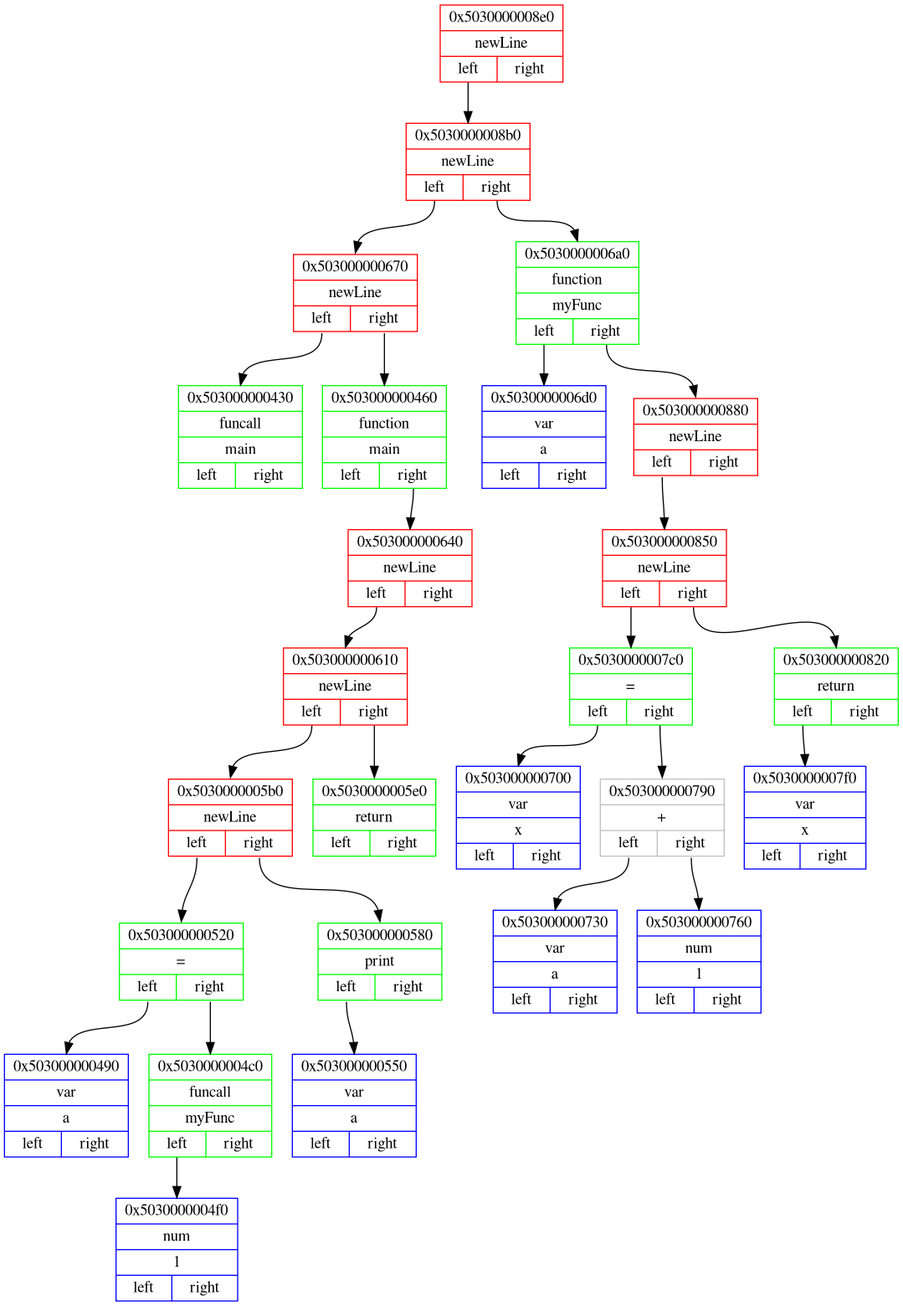
The Graphviz diagram png_files/frontenedDotFile.dot.png in Matvey787/myProgLanguage, before a commit. Its source is kept beside it as dot_files/frontenedDotFile.dot.
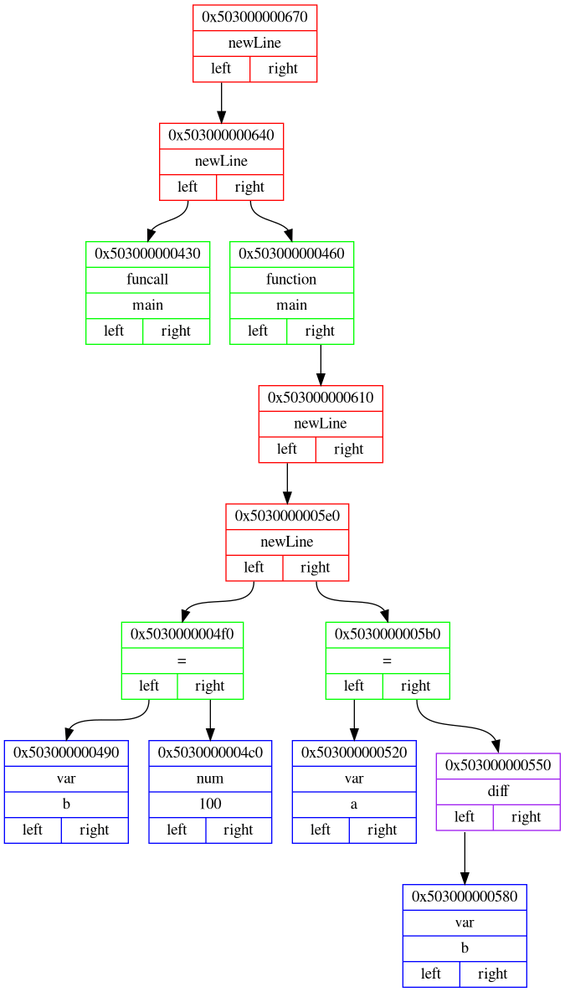
Later version of the same file.

The edit, as a diff of the source:
```diff
@@ -2,55 +2,29 @@
 {
 rankdir=HR;
 
-node0x5030000008e0 [ shape=record, color = red rank = 1, label= "{ 0x5030000008e0 | newLine |         {<n0x5030000008e0_l> left | <n0x5030000008e0_r> right}} " ];
-node0x5030000008b0 [ shape=record, color = red rank = 2, label= "{ 0x5030000008b0 | newLine |         {<n0x5030000008b0_l> left | <n0x5030000008b0_r> right}} " ];
-node0x503000000670 [ shape=record, color = red rank = 3, label= "{ 0x503000000670 | newLine |         {<n0x503000000670_l> left | <n0x503000000670_r> right}} " ];
-node0x503000000430 [ shape=record, color = green rank = 4, label= "{ 0x503000000430 | funcall | main |         {<n0x503000000430_l> left | <n0x503000000430_r> right}} " ];
-node0x503000000670:<n0x503000000670_l>:s -> node0x503000000430:n [ color = black; ]
-node0x503000000460 [ shape=record, color = green rank = 5, label= "{ 0x503000000460 | function | main |         {<n0x503000000460_l> left | <n0x503000000460_r> right}} " ];
-node0x503000000640 [ shape=record, color = red rank = 6, label= "{ 0x503000000640 | newLine |         {<n0x503000000640_l> left | <n0x503000000640_r> right}} " ];
-node0x503000000610 [ shape=record, color = red rank = 7, label= "{ 0x503000000610 | newLine |         {<n0x503000000610_l> left | <n0x503000000610_r> right}} " ];
-node0x5030000005b0 [ shape=record, color = red rank = 8, label= "{ 0x5030000005b0 | newLine |         {<n0x5030000005b0_l> left | <n0x5030000005b0_r> right}} " ];
-node0x503000000520 [ shape=record, color = green rank = 9, label= "{ 0x503000000520 | = |         {<n0x503000000520_l> left | <n0x503000000520_r> right}} " ];
-node0x503000000490 [ shape=record, color = blue rank = 10, label= "{ 0x503000000490 | var | a |         {<n0x503000000490_l> left | <n0x503000000490_r> right}} " ];
-node0x503000000520:<n0x503000000520_l>:s -> node0x503000000490:n [ color = black; ]
-node0x5030000004c0 [ shape=record, color = green rank = 11, label= "{ 0x5030000004c0 | funcall | myFunc |         {<n0x5030000004c0_l> left | <n0x5030000004c0_r> right}} " ];
-node0x5030000004f0 [ shape=record, color = blue rank = 12, label= "{ 0x5030000004f0 | num | 1 |         {<n0x5030000004f0_l> left | <n0x5030000004f0_r> right}} " ];
-node0x5030000004c0:<n0x5030000004c0_l>:s -> node0x5030000004f0:n [ color = black; ]
-node0x503000000520:<n0x503000000520_r>:s -> node0x5030000004c0:n [ color = black; ]
+node0x503000000670 [ shape=record, color = red rank = 1, label= "{ 0x503000000670 | newLine |         {<n0x503000000670_l> left | <n0x503000000670_r> right}} " ];
+node0x503000000640 [ shape=record, color = red rank = 2, label= "{ 0x503000000640 | newLine |         {<n0x503000000640_l> left | <n0x503000000640_r> right}} " ];
+node0x503000000430 [ shape=record, color = green rank = 3, label= "{ 0x503000000430 | funcall | main |         {<n0x503000000430_l> left | <n0x503000000430_r> right}} " ];
+node0x503000000640:<n0x503000000640_l>:s -> node0x503000000430:n [ color = black; ]
+node0x503000000460 [ shape=record, color = green rank = 4, label= "{ 0x503000000460 | function | main |         {<n0x503000000460_l> left | <n0x503000000460_r> right}} " ];
+node0x503000000610 [ shape=record, color = red rank = 5, label= "{ 0x503000000610 | newLine |         {<n0x503000000610_l> left | <n0x503000000610_r> right}} " ];
+node0x5030000005e0 [ shape=record, color = red rank = 6, label= "{ 0x5030000005e0 | newLine |         {<n0x5030000005e0_l> left | <n0x5030000005e0_r> right}} " ];
+node0x5030000004f0 [ shape=record, color = green rank = 7, label= "{ 0x5030000004f0 | = |         {<n0x5030000004f0_l> left | <n0x5030000004f0_r> right}} " ];
+node0x503000000490 [ shape=record, color = blue rank = 8, label= "{ 0x503000000490 | var | b |         {<n0x503000000490_l> left | <n0x503000000490_r> right}} " ];
+node0x5030000004f0:<n0x5030000004f0_l>:s -> node0x503000000490:n [ color = black; ]
+node0x5030000004c0 [ shape=record, color = blue rank = 9, label= "{ 0x5030000004c0 | num | 100 |         {<n0x5030000004c0_l> left | <n0x5030000004c0_r> right}} " ];
+node0x5030000004f0:<n0x5030000004f0_r>:s -> node0x5030000004c0:n [ color = black; ]
+node0x5030000005e0:<n0x5030000005e0_l>:s -> node0x5030000004f0:n [ color = black; ]
+node0x5030000005b0 [ shape=record, color = green rank = 8, label= "{ 0x5030000005b0 | = |         {<n0x5030000005b0_l> left | <n0x5030000005b0_r> right}} " ];
+node0x503000000520 [ shape=record, color = blue rank = 9, label= "{ 0x503000000520 | var | a |         {<n0x503000000520_l> left | <n0x503000000520_r> right}} " ];
 node0x5030000005b0:<n0x5030000005b0_l>:s -> node0x503000000520:n [ color = black; ]
-node0x503000000580 [ shape=record, color = green rank = 10, label= "{ 0x503000000580 | print |         {<n0x503000000580_l> left | <n0x503000000580_r> right}} " ];
-node0x503000000550 [ shape=record, color = blue rank = 11, label= "{ 0x503000000550 | var | a |         {<n0x503000000550_l> left | <n0x503000000550_r> right}} " ];
-node0x503000000580:<n0x503000000580_l>:s -> node0x503000000550:n [ color = black; ]
-node0x5030000005b0:<n0x5030000005b0_r>:s -> node0x503000000580:n [ color = black; ]
-node0x503000000610:<n0x503000000610_l>:s -> node0x5030000005b0:n [ color = black; ]
-node0x5030000005e0 [ shape=record, color = green rank = 9, label= "{ 0x5030000005e0 | return |         {<n0x5030000005e0_l> left | <n0x5030000005e0_r> right}} " ];
-node0x503000000610:<n0x503000000610_r>:s -> node0x5030000005e0:n [ color = black; ]
-node0x503000000640:<n0x503000000640_l>:s -> node0x503000000610:n [ color = black; ]
-node0x503000000460:<n0x503000000460_r>:s -> node0x503000000640:n [ color = black; ]
-node0x503000000670:<n0x503000000670_r>:s -> node0x503000000460:n [ color = black; ]
-node0x5030000008b0:<n0x5030000008b0_l>:s -> node0x503000000670:n [ color = black; ]
-node0x5030000006a0 [ shape=record, color = green rank = 4, label= "{ 0x5030000006a0 | function | myFunc |         {<n0x5030000006a0_l> left | <n0x5030000006a0_r> right}} " ];
-node0x5030000006d0 [ shape=record, color = blue rank = 5, label= "{ 0x5030000006d0 | var | a |         {<n0x5030000006d0_l> left | <n0x5030000006d0_r> right}} " ];
-node0x5030000006a0:<n0x5030000006a0_l>:s -> node0x5030000006d0:n [ color = black; ]
-node0x503000000880 [ shape=record, color = red rank = 6, label= "{ 0x503000000880 | newLine |         {<n0x503000000880_l> left | <n0x503000000880_r> right}} " ];
-node0x503000000850 [ shape=record, color = red rank = 7, label= "{ 0x503000000850 | newLine |         {<n0x503000000850_l> left | <n0x503000000850_r> right}} " ];
-node0x5030000007c0 [ shape=record, color = green rank = 8, label= "{ 0x5030000007c0 | = |         {<n0x5030000007c0_l> left | <n0x5030000007c0_r> right}} " ];
-node0x503000000700 [ shape=record, color = blue rank = 9, label= "{ 0x503000000700 | var | x |         {<n0x503000000700_l> left | <n0x503000000700_r> right}} " ];
-node0x5030000007c0:<n0x5030000007c0_l>:s -> node0x503000000700:n [ color = black; ]
-node0x503000000790 [ shape=record, color = grey rank = 10, label= "{ 0x503000000790 | + |         {<n0x503000000790_l> left | <n0x503000000790_r> right}} " ];
-node0x503000000730 [ shape=record, color = blue rank = 11, label= "{ 0x503000000730 | var | a |         {<n0x503000000730_l> left | <n0x503000000730_r> right}} " ];
-node0x503000000790:<n0x503000000790_l>:s -> node0x503000000730:n [ color = black; ]
-node0x503000000760 [ shape=record, color = blue rank = 12, label= "{ 0x503000000760 | num | 1 |         {<n0x503000000760_l> left | <n0x503000000760_r> right}} " ];
-node0x503000000790:<n0x503000000790_r>:s -> node0x503000000760:n [ color = black; ]
-node0x5030000007c0:<n0x5030000007c0_r>:s -> node0x503000000790:n [ color = black; ]
-node0x503000000850:<n0x503000000850_l>:s -> node0x5030000007c0:n [ color = black; ]
-node0x503000000820 [ shape=record, color = green rank = 9, label= "{ 0x503000000820 | return |         {<n0x503000000820_l> left | <n0x503000000820_r> right}} " ];
-node0x5030000007f0 [ shape=record, color = blue rank = 10, label= "{ 0x5030000007f0 | var | x |         {<n0x5030000007f0_l> left | <n0x5030000007f0_r> right}} " ];
-node0x503000000820:<n0x503000000820_l>:s -> node0x5030000007f0:n [ color = black; ]
-node0x503000000850:<n0x503000000850_r>:s -> node0x503000000820:n [ color = black; ]
-node0x503000000880:<n0x503000000880_l>:s -> node0x503000000850:n [ color = black; ]
-node0x5030000006a0:<n0x5030000006a0_r>:s -> node0x503000000880:n [ color = black; ]
-node0x5030000008b0:<n0x5030000008b0_r>:s -> node0x5030000006a0:n [ color = black; ]
-node0x5030000008e0:<n0x5030000008e0_l>:s -> node0x5030000008b0:n [ color = black; ]
+node0x503000000550 [ shape=record, color = purple rank = 10, label= "{ 0x503000000550 | diff |         {<n0x503000000550_l> left | <n0x503000000550_r> right}} " ];
+node0x503000000580 [ shape=record, color = blue rank = 11, label= "{ 0x503000000580 | var | b |         {<n0x503000000580_l> left | <n0x503000000580_r> right}} " ];
+node0x503000000550:<n0x503000000550_l>:s -> node0x503000000580:n [ color = black; ]
+node0x5030000005b0:<n0x5030000005b0_r>:s -> node0x503000000550:n [ color = black; ]
+node0x5030000005e0:<n0x5030000005e0_r>:s -> node0x5030000005b0:n [ color = black; ]
+node0x503000000610:<n0x503000000610_l>:s -> node0x5030000005e0:n [ color = black; ]
+node0x503000000460:<n0x503000000460_r>:s -> node0x503000000610:n [ color = black; ]
+node0x503000000640:<n0x503000000640_r>:s -> node0x503000000460:n [ color = black; ]
+node0x503000000670:<n0x503000000670_l>:s -> node0x503000000640:n [ color = black; ]
 }
```
